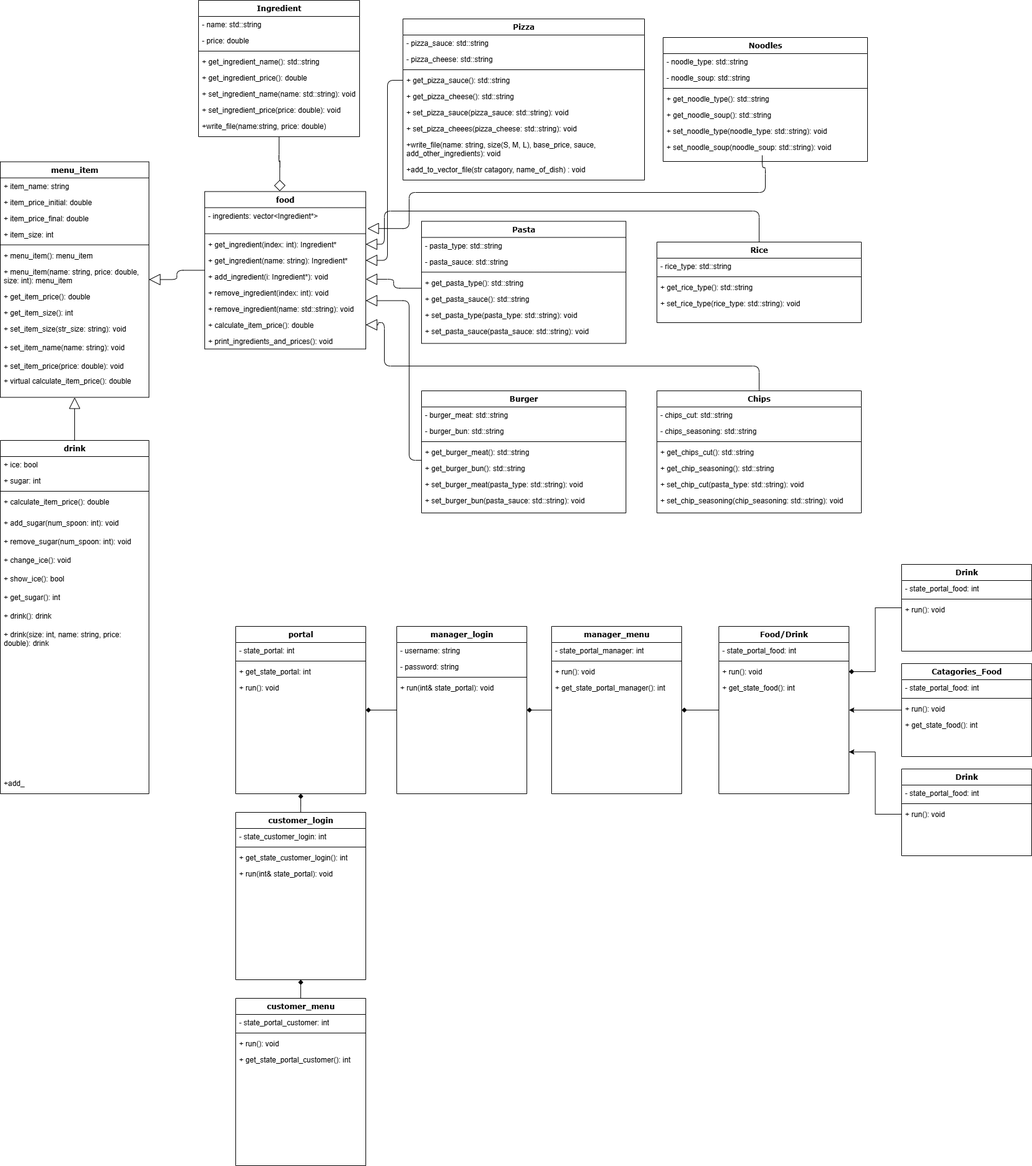
SohamA12345/Project keeps this draw.io diagram as UML.png. Above is the earlier version. Source tidied: cells renumbered, new cells last; positions are measured from the earlier drawing's top-left corner, leaving out a move shared by most shapes.
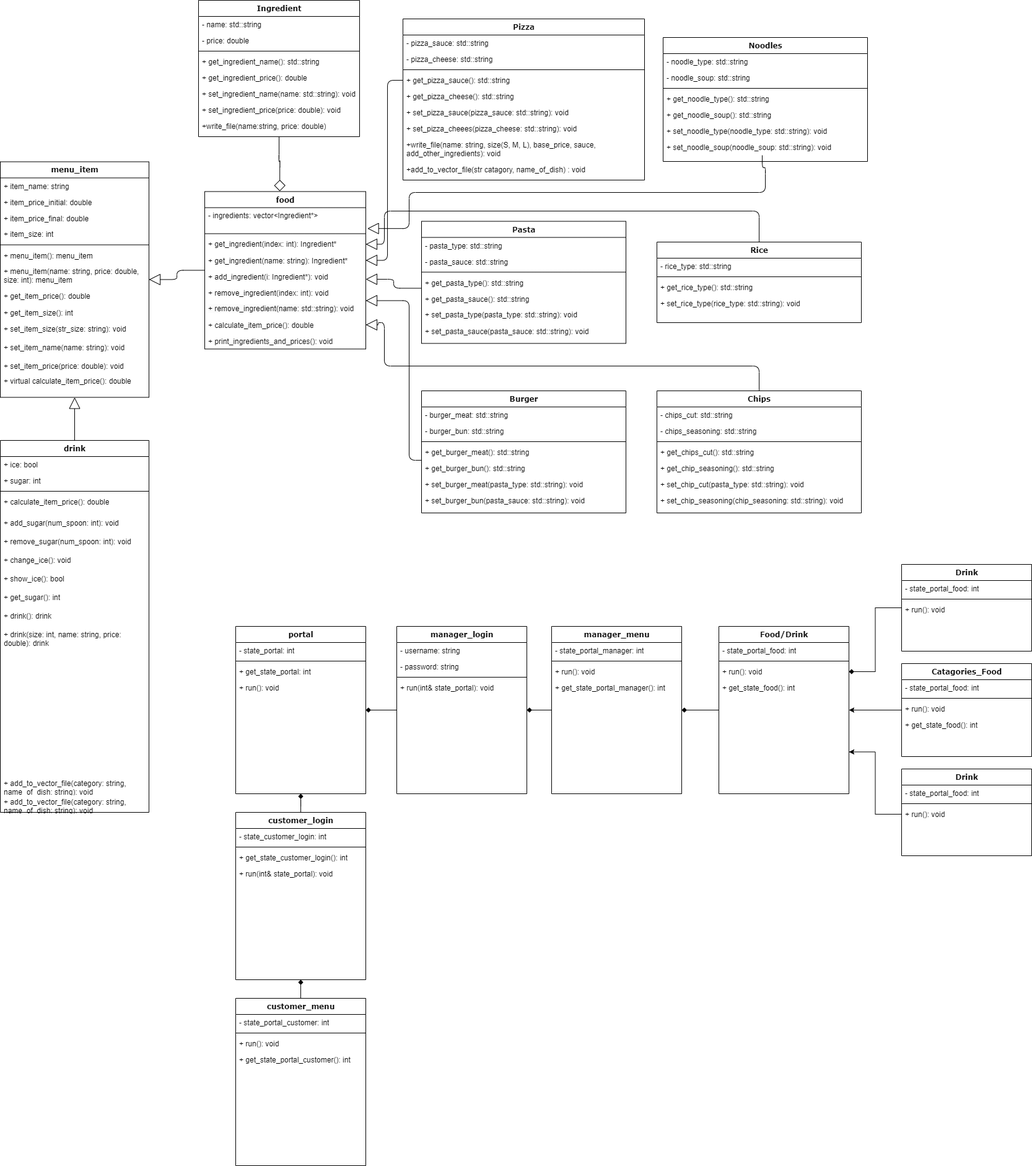
After the change.

Diff of the diagram source:
```diff
@@ -89,7 +89,7 @@
       <mxGeometry relative="1" as="geometry" />
     </mxCell>
     <mxCell id="29" value="drink" style="swimlane;html=1;fontStyle=1;align=center;verticalAlign=top;horizontal=1;startSize=26;swimlaneFillColor=#ffffff;rounded=0;shadow=0;comic=0;labelBackgroundColor=none;strokeWidth=1;fillColor=none;fontFamily=Verdana;fontSize=12;" parent="1" vertex="1">
-      <mxGeometry y="710" width="240" height="570" as="geometry" />
+      <mxGeometry y="710" width="240" height="600" as="geometry" />
     </mxCell>
     <mxCell id="30" value="+ ice: bool" style="text;html=1;strokeColor=none;fillColor=none;align=left;verticalAlign=top;spacingLeft=4;spacingRight=4;whiteSpace=wrap;overflow=hidden;" parent="29" vertex="1">
       <mxGeometry y="26" width="240" height="26" as="geometry" />
@@ -124,9 +124,12 @@
     <mxCell id="40" value="+ drink(size: int, name: string, price: double): drink" style="text;html=1;strokeColor=none;fillColor=none;align=left;verticalAlign=top;spacingLeft=4;spacingRight=4;whiteSpace=wrap;overflow=hidden;direction=south;" parent="29" vertex="1">
       <mxGeometry y="300" width="240" height="240" as="geometry" />
     </mxCell>
-    <mxCell id="41" value="+add_" style="text;html=1;strokeColor=none;fillColor=none;align=left;verticalAlign=top;spacingLeft=4;spacingRight=4;whiteSpace=wrap;overflow=hidden;" parent="29" vertex="1">
-      <mxGeometry y="540" width="240" height="30" as="geometry" />
-    </mxCell>
+    <mxCell id="156" value="+ add_to_vector_file(category: string, name_of_dish: string): void" style="text;html=1;strokeColor=none;fillColor=none;align=left;verticalAlign=top;spacingLeft=4;spacingRight=4;whiteSpace=wrap;overflow=hidden;" parent="29" vertex="1">
+      <mxGeometry y="540" width="240" height="30" as="geometry" />
+    </mxCell>
+    <mxCell id="157" value="+ add_to_vector_file(category: string, name_of_dish: string): void" style="text;html=1;strokeColor=none;fillColor=none;align=left;verticalAlign=top;spacingLeft=4;spacingRight=4;whiteSpace=wrap;overflow=hidden;" parent="29" vertex="1">
+      <mxGeometry y="570" width="240" height="30" as="geometry" />
+    </mxCell>
     <mxCell id="42" value="Ingredient" style="swimlane;html=1;fontStyle=1;align=center;verticalAlign=top;horizontal=1;startSize=26;swimlaneFillColor=#ffffff;rounded=0;shadow=0;comic=0;labelBackgroundColor=none;strokeWidth=1;fillColor=none;fontFamily=Verdana;fontSize=12;" parent="1" vertex="1">
       <mxGeometry x="320" width="260" height="220" as="geometry" />
     </mxCell>
```
